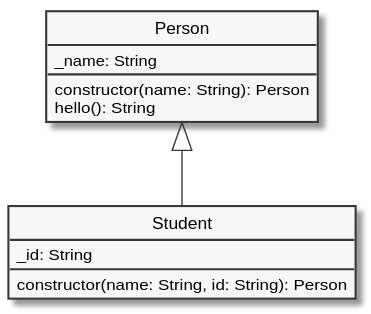
ifpb/javascript-guide keeps this PlantUML diagram as ecma/object/assets/object-person-student.svg. Above is the earlier version.
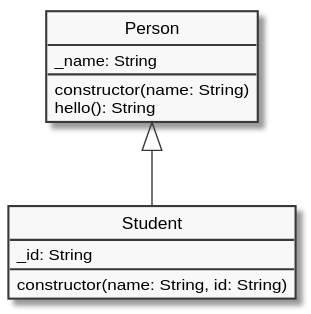
Later version of the same file.

Commit message:
updating object umls

Diff of the diagram source:
```diff
@@ -5,13 +5,13 @@
 
 class Person {
     _name: String
-    constructor(name: String): Person
+    constructor(name: String)
     hello(): String
 }
 
 class Student {
     _id: String
-    constructor(name: String, id: String): Person
+    constructor(name: String, id: String)
 }
 
 Person <|-- Student
```
